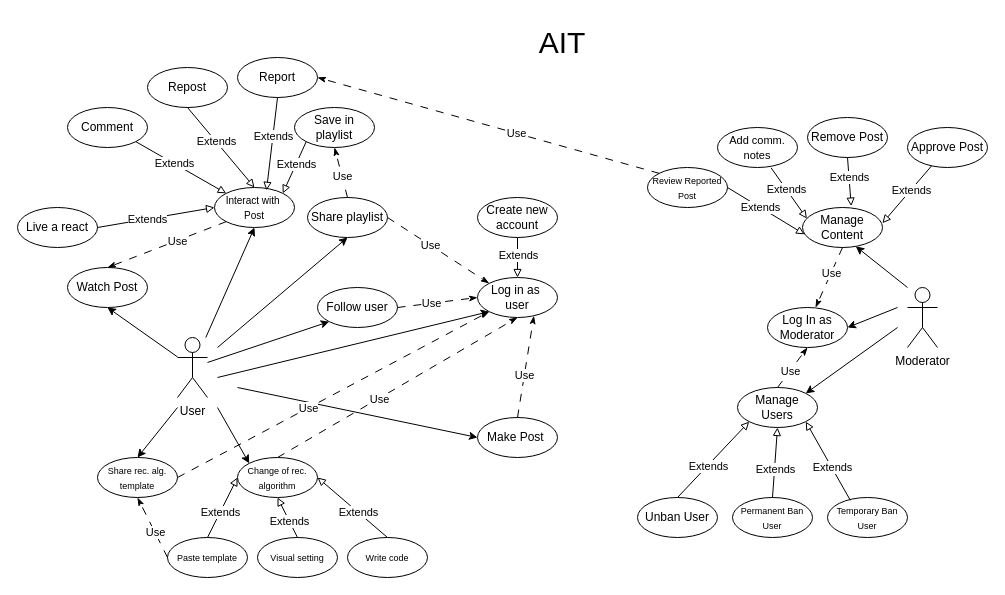
iWANbpe/Vaultbooking keeps this draw.io diagram as Lab2/Lab2 diagram.drawio. Above is the earlier version. Source tidied: cells renumbered, new cells numbered last; positions are measured from the earlier drawing's top-left corner, leaving out a move shared by most shapes. Both pictures are drawn from the tidied source at 100%, with x=0, y=0 at pixel (17, 17).
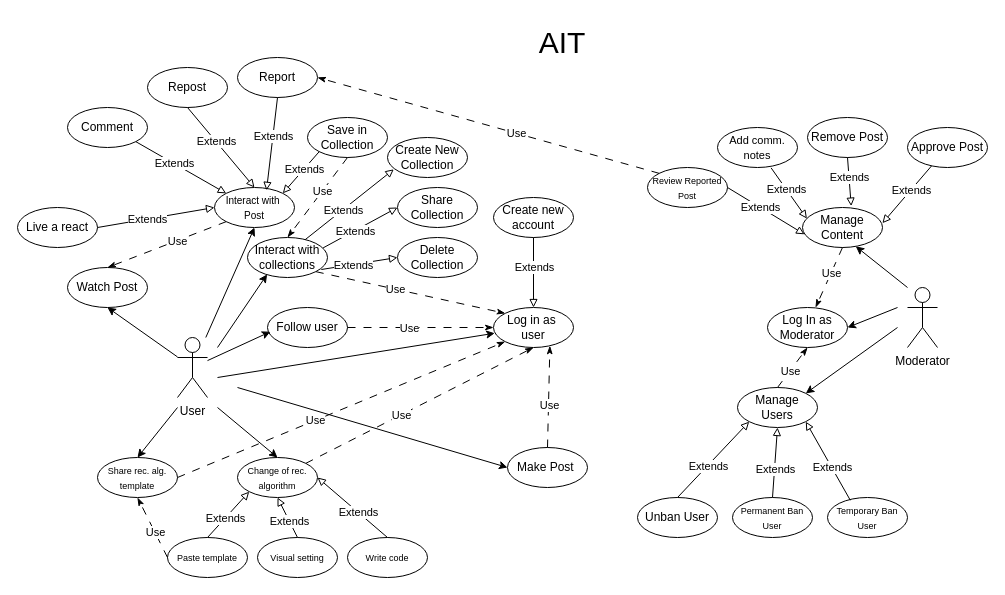
The same diagram, later.

The change refers to these unchanged cells:
```xml
<mxCell id="2" value="User" style="shape=umlActor;verticalLabelPosition=bottom;verticalAlign=top;html=1;outlineConnect=0;" parent="1" vertex="1">
  <mxGeometry x="160" y="320" width="30" height="60" as="geometry" />
</mxCell>
<mxCell id="5" value="&lt;font style=&quot;font-size: 9px;&quot;&gt;Change of rec. algorithm&lt;/font&gt;" style="ellipse;whiteSpace=wrap;html=1;" parent="1" vertex="1">
  <mxGeometry x="220" y="440" width="80" height="40" as="geometry" />
</mxCell>
<mxCell id="8" value="&lt;font style=&quot;font-size: 9px;&quot;&gt;Paste&amp;nbsp;template&lt;/font&gt;" style="ellipse;whiteSpace=wrap;html=1;" parent="1" vertex="1">
  <mxGeometry x="150" y="520" width="80" height="40" as="geometry" />
</mxCell>
```

The edit, as a diff of the source:
```diff
@@
-    <mxCell id="4" style="endArrow=classic;html=1;rounded=0;entryX=0;entryY=0;entryDx=0;entryDy=0;" parent="1" edge="1" target="5">
+    <mxCell id="4" style="endArrow=classic;html=1;rounded=0;entryX=0.5;entryY=0;entryDx=0;entryDy=0;" parent="1" edge="1" target="5">
       <mxGeometry relative="1" as="geometry">
         <mxPoint x="200" y="390" as="sourcePoint" />
       </mxGeometry>
     </mxCell>
@@
-    <mxCell id="9" style="endArrow=block;html=1;rounded=0;endFill=0;exitX=0.5;exitY=0;exitDx=0;exitDy=0;entryX=0;entryY=0.5;entryDx=0;entryDy=0;" parent="1" edge="1" source="8" target="5">
+    <mxCell id="9" style="endArrow=block;html=1;rounded=0;endFill=0;exitX=0.5;exitY=0;exitDx=0;exitDy=0;entryX=0;entryY=1;entryDx=0;entryDy=0;" parent="1" edge="1" source="8" target="5">
       <mxGeometry relative="1" as="geometry" />
     </mxCell>
@@
     <mxCell id="15" value="&lt;font&gt;Make Post&amp;nbsp;&lt;/font&gt;" style="ellipse;whiteSpace=wrap;html=1;" parent="1" vertex="1">
-      <mxGeometry x="460" y="400" width="80" height="40" as="geometry" />
+      <mxGeometry x="490" y="430" width="80" height="40" as="geometry" />
     </mxCell>
@@
-    <mxCell id="23" value="Save in playlist" style="ellipse;whiteSpace=wrap;html=1;" parent="1" vertex="1">
-      <mxGeometry x="277" y="90" width="80" height="40" as="geometry" />
+    <mxCell id="23" value="Save in Collection" style="ellipse;whiteSpace=wrap;html=1;" parent="1" vertex="1">
+      <mxGeometry x="290" y="100" width="80" height="40" as="geometry" />
     </mxCell>
@@
-    <mxCell id="33" value="&lt;font&gt;Share playlist&lt;/font&gt;" style="ellipse;whiteSpace=wrap;html=1;" parent="1" vertex="1">
-      <mxGeometry x="290" y="180" width="80" height="40" as="geometry" />
+    <mxCell id="33" value="&lt;font&gt;Interact with collections&lt;/font&gt;" style="ellipse;whiteSpace=wrap;html=1;" parent="1" vertex="1">
+      <mxGeometry x="230" y="220" width="80" height="40" as="geometry" />
     </mxCell>
-    <mxCell id="34" style="endArrow=classicThin;html=1;rounded=0;dashed=1;dashPattern=8 8;endFill=1;entryX=0.5;entryY=1;entryDx=0;entryDy=0;exitX=0.5;exitY=0;exitDx=0;exitDy=0;" parent="1" edge="1" source="33" target="23">
+    <mxCell id="34" style="endArrow=classicThin;html=1;rounded=0;dashed=1;dashPattern=8 8;endFill=1;entryX=0.5;entryY=0;entryDx=0;entryDy=0;exitX=0.5;exitY=1;exitDx=0;exitDy=0;" parent="1" edge="1" source="23" target="33">
       <mxGeometry relative="1" as="geometry" />
     </mxCell>
@@
     <mxCell id="36" value="Follow user" style="ellipse;whiteSpace=wrap;html=1;" parent="1" vertex="1">
-      <mxGeometry x="300" y="270" width="80" height="40" as="geometry" />
+      <mxGeometry x="250" y="290" width="80" height="40" as="geometry" />
     </mxCell>
@@
     <mxCell id="38" value="Create new account" style="ellipse;whiteSpace=wrap;html=1;" parent="1" vertex="1">
-      <mxGeometry x="460" y="180" width="80" height="40" as="geometry" />
+      <mxGeometry x="476" y="180" width="80" height="40" as="geometry" />
     </mxCell>
@@
-    <mxCell id="43" style="endArrow=classicThin;html=1;rounded=0;dashed=1;dashPattern=8 8;endFill=1;entryX=0.5;entryY=1;entryDx=0;entryDy=0;exitX=0.5;exitY=0;exitDx=0;exitDy=0;" parent="1" edge="1" source="5" target="56">
+    <mxCell id="43" style="endArrow=classicThin;html=1;rounded=0;dashed=1;dashPattern=8 8;endFill=1;entryX=0.5;entryY=1;entryDx=0;entryDy=0;exitX=1;exitY=0;exitDx=0;exitDy=0;" parent="1" edge="1" source="5" target="56">
       <mxGeometry relative="1" as="geometry" />
     </mxCell>
@@
-    <mxCell id="45" style="endArrow=classicThin;html=1;rounded=0;dashed=1;dashPattern=8 8;endFill=1;entryX=0;entryY=0;entryDx=0;entryDy=0;exitX=1;exitY=0.5;exitDx=0;exitDy=0;" parent="1" edge="1" source="33" target="56">
+    <mxCell id="45" style="endArrow=classicThin;html=1;rounded=0;dashed=1;dashPattern=8 8;endFill=1;entryX=0;entryY=0;entryDx=0;entryDy=0;exitX=1;exitY=1;exitDx=0;exitDy=0;" parent="1" edge="1" source="33" target="56">
       <mxGeometry relative="1" as="geometry" />
     </mxCell>
@@
-    <mxCell id="47" style="endArrow=classic;html=1;rounded=0;entryX=0.5;entryY=1;entryDx=0;entryDy=0;" parent="1" edge="1" target="33">
+    <mxCell id="47" style="endArrow=classic;html=1;rounded=0;entryX=0.245;entryY=0.922;entryDx=0;entryDy=0;entryPerimeter=0;" parent="1" edge="1" target="33">
       <mxGeometry relative="1" as="geometry">
         <mxPoint x="200" y="330" as="sourcePoint" />
       </mxGeometry>
     </mxCell>
@@
-    <mxCell id="52" style="endArrow=classic;html=1;rounded=0;entryX=0;entryY=1;entryDx=0;entryDy=0;" parent="1" edge="1" source="2" target="36">
+    <mxCell id="52" style="endArrow=classic;html=1;rounded=0;entryX=0.036;entryY=0.605;entryDx=0;entryDy=0;entryPerimeter=0;" parent="1" edge="1" source="2" target="36">
       <mxGeometry relative="1" as="geometry" />
     </mxCell>
@@
-    <mxCell id="55" style="endArrow=classic;html=1;rounded=0;entryX=0;entryY=1;entryDx=0;entryDy=0;" parent="1" edge="1" target="56">
+    <mxCell id="55" style="endArrow=classic;html=1;rounded=0;entryX=0.015;entryY=0.643;entryDx=0;entryDy=0;entryPerimeter=0;" parent="1" edge="1" target="56">
       <mxGeometry relative="1" as="geometry">
         <mxPoint x="200" y="360" as="sourcePoint" />
       </mxGeometry>
     </mxCell>
     <mxCell id="56" value="Log in as&amp;nbsp;&lt;div&gt;user&lt;/div&gt;" style="ellipse;whiteSpace=wrap;html=1;" parent="1" vertex="1">
-      <mxGeometry x="460" y="260" width="80" height="40" as="geometry" />
+      <mxGeometry x="476" y="290" width="80" height="40" as="geometry" />
     </mxCell>
@@
+    <mxCell id="97" value="&lt;font&gt;Create New Collection&lt;/font&gt;" style="ellipse;whiteSpace=wrap;html=1;" parent="1" vertex="1">
+      <mxGeometry x="370" y="120" width="80" height="40" as="geometry" />
+    </mxCell>
+    <mxCell id="98" value="&lt;font&gt;Share&lt;/font&gt;&lt;div&gt;&lt;font&gt;Collection&lt;/font&gt;&lt;/div&gt;" style="ellipse;whiteSpace=wrap;html=1;" parent="1" vertex="1">
+      <mxGeometry x="380" y="170" width="80" height="40" as="geometry" />
+    </mxCell>
+    <mxCell id="99" value="&lt;font&gt;Delete Collection&lt;/font&gt;" style="ellipse;whiteSpace=wrap;html=1;" parent="1" vertex="1">
+      <mxGeometry x="380" y="220" width="80" height="40" as="geometry" />
+    </mxCell>
+    <mxCell id="100" style="endArrow=block;html=1;rounded=0;endFill=0;exitX=0.721;exitY=0.054;exitDx=0;exitDy=0;entryX=0.079;entryY=0.795;entryDx=0;entryDy=0;exitPerimeter=0;entryPerimeter=0;" parent="1" edge="1" source="33" target="97">
+      <mxGeometry relative="1" as="geometry" />
+    </mxCell>
+    <mxCell id="101" value="Extends" style="edgeLabel;html=1;align=center;verticalAlign=middle;" parent="100" vertex="1">
+      <mxGeometry x="-0.16" relative="1" as="geometry" />
+    </mxCell>
+    <mxCell id="102" style="endArrow=block;html=1;rounded=0;endFill=0;exitX=0.945;exitY=0.26;exitDx=0;exitDy=0;entryX=0;entryY=0.5;entryDx=0;entryDy=0;exitPerimeter=0;" parent="1" edge="1" source="33" target="98">
+      <mxGeometry relative="1" as="geometry" />
+    </mxCell>
+    <mxCell id="103" value="Extends" style="edgeLabel;html=1;align=center;verticalAlign=middle;" parent="102" vertex="1">
+      <mxGeometry x="-0.16" relative="1" as="geometry" />
+    </mxCell>
+    <mxCell id="104" style="endArrow=block;html=1;rounded=0;endFill=0;exitX=0.923;exitY=0.8;exitDx=0;exitDy=0;entryX=0;entryY=0.5;entryDx=0;entryDy=0;exitPerimeter=0;" parent="1" edge="1" source="33" target="99">
+      <mxGeometry relative="1" as="geometry" />
+    </mxCell>
+    <mxCell id="105" value="Extends" style="edgeLabel;html=1;align=center;verticalAlign=middle;" parent="104" vertex="1">
+      <mxGeometry x="-0.16" relative="1" as="geometry" />
+    </mxCell>
```
